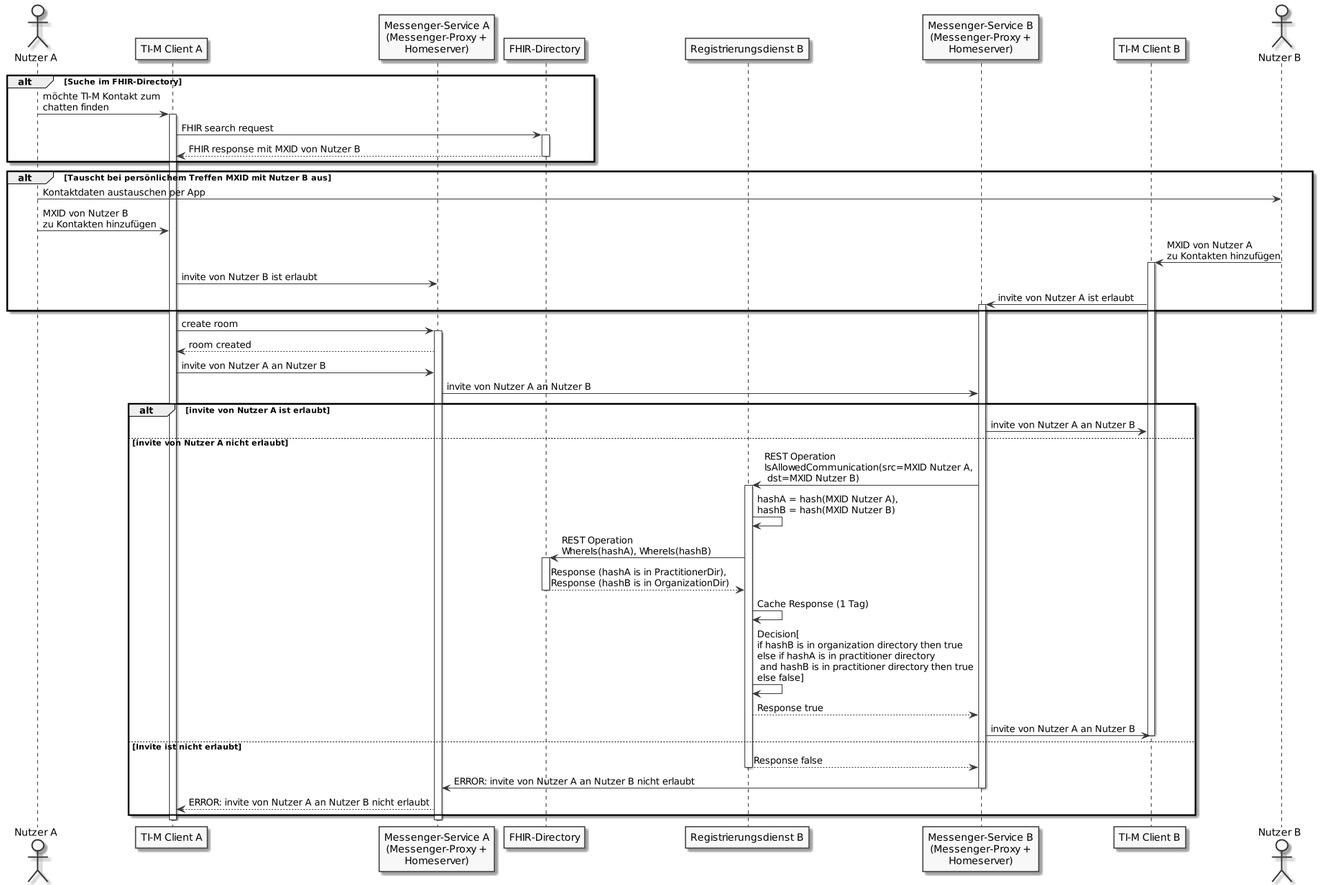
Above: images/diagrams/architecture/Communication_control_without_PASSporT.png in gematik/api-ti-messenger (PlantUML), before the change.
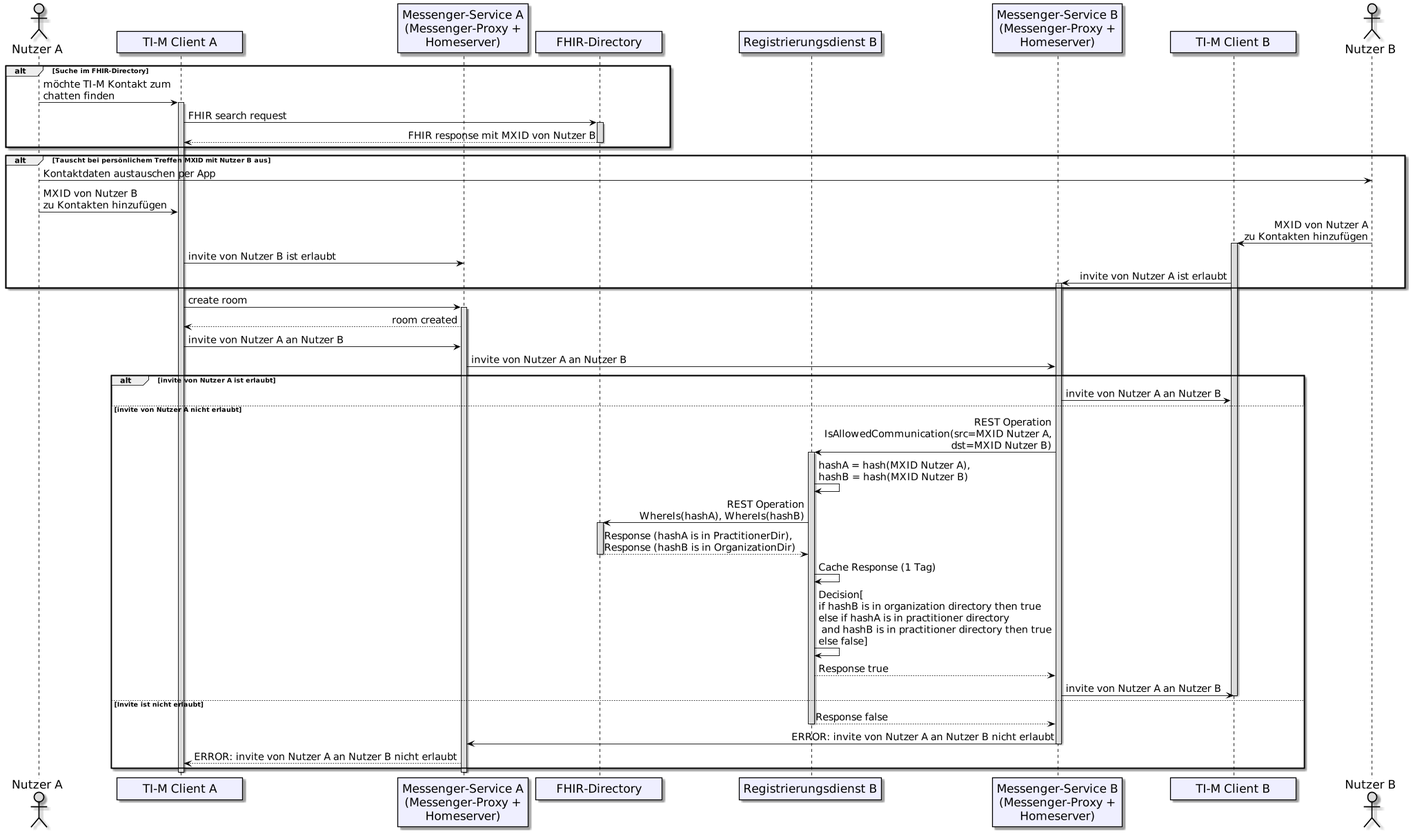
The same file after the commit.

Commit message:
Commit from GitHub Actions (GeneratePlantumlImages)

Diff of the diagram source:
```diff
@@ -1,7 +1,30 @@
-@startuml TI-Messenger communication control without PASSporT
-skinparam dpi 100
-skinparam WrapWidth 200
-skinparam monochrome true
+@startuml
+skinparam sequenceMessageAlign direction
+skinparam minClassWidth 200
+skinparam BoxPadding 1
+skinparam sequenceReferenceHeaderBackgroundColor palegreen
+scale max 2048 width
+
+skinparam sequence {
+ArrowColor black
+ArrowFontSize 17
+ActorBorderColor black
+LifeLineBorderColor black
+LifeLineBackgroundColor Gainsboro
+
+ParticipantBorderColor Motivation
+ParticipantBackgroundColor Motivation
+ParticipantFontName Impact
+ParticipantFontSize 20
+ParticipantFontColor black
+ParticipantBorderColor Black
+ParticipantBackgroundColor MOTIVATION
+
+ActorBackgroundColor Gainsboro
+ActorFontColor black
+ActorFontSize 20
+ActorFontName Aapex
+}
 
 actor a as "Nutzer A"
 participant cl as "TI-M Client A"
```
